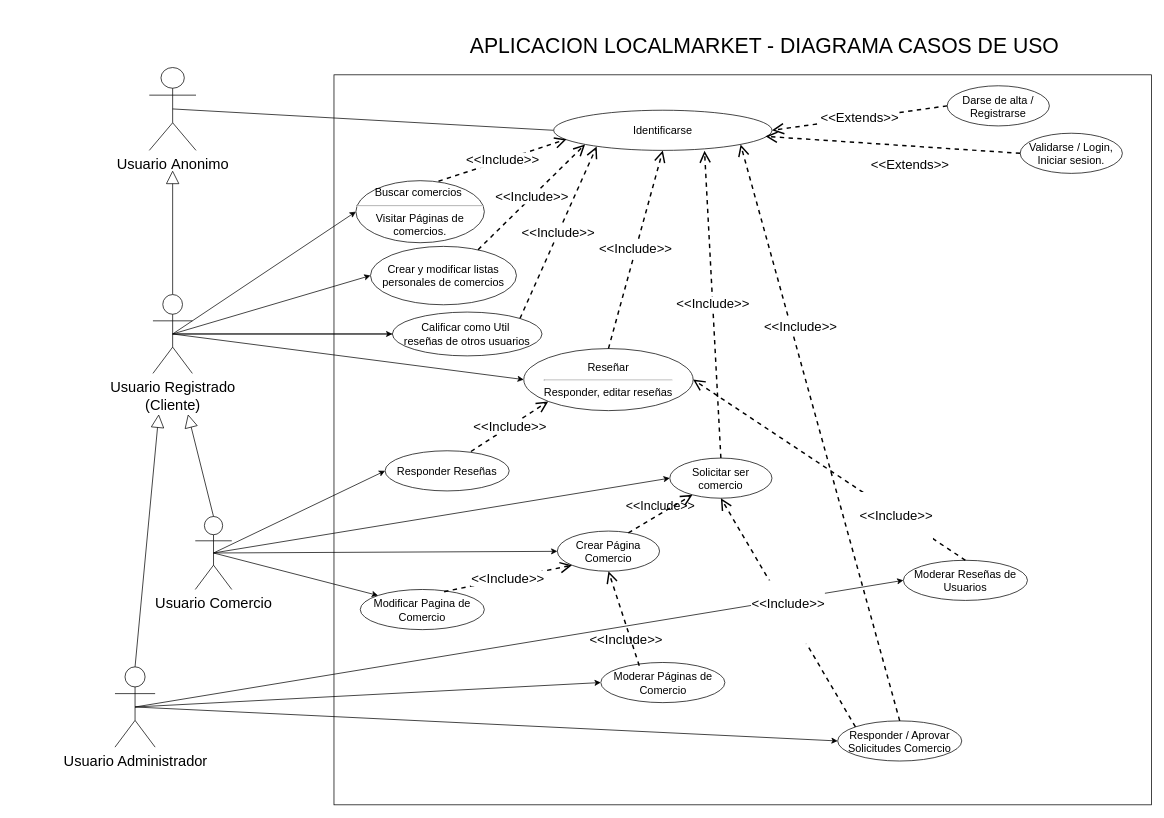
Before: doc/Diagramas UML/Diagrama_UML_Casos-de-Uso.drawio in VictorCarles/PIdam2122Azul, a draw.io diagram. Source tidied: cells renumbered, new cells numbered last; positions are measured from the earlier drawing's top-left corner, leaving out a move shared by most shapes. Both pictures are drawn from the tidied source at 73%, with x=0, y=0 at pixel (115, 34).
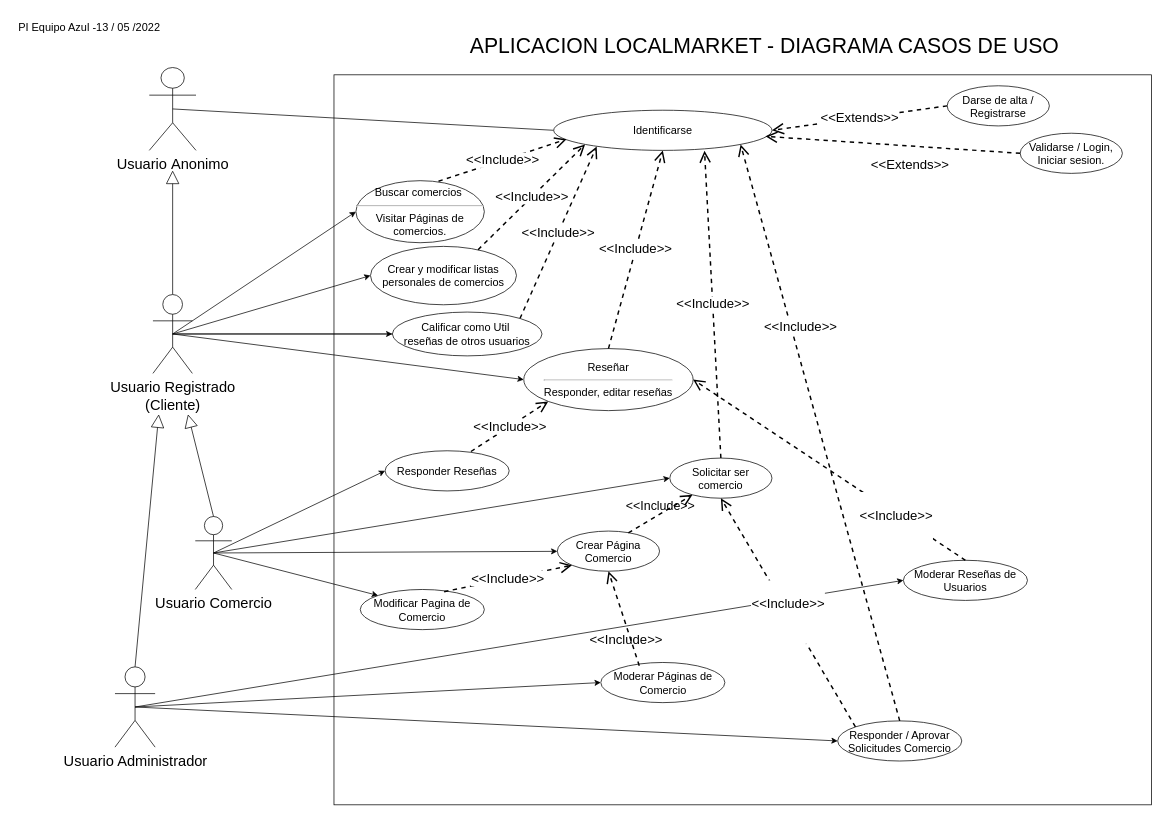
Above is the later version.

Commit message (it also covers changes not shown here):
Exportado el Diagrama UML de Casos de Uso a .pdf para su correción por Pascual.

The edit, as a diff of the source:
```diff
@@
+    <mxCell id="53" value="&lt;font style=&quot;font-size: 15px;&quot;&gt;PI Equipo Azul -13 / 05 /2022&lt;/font&gt;" style="text;html=1;strokeColor=none;fillColor=none;align=center;verticalAlign=middle;whiteSpace=wrap;rounded=0;" parent="1" vertex="1">
+      <mxGeometry x="-140" y="-30" width="210" height="40" as="geometry" />
+    </mxCell>
```
